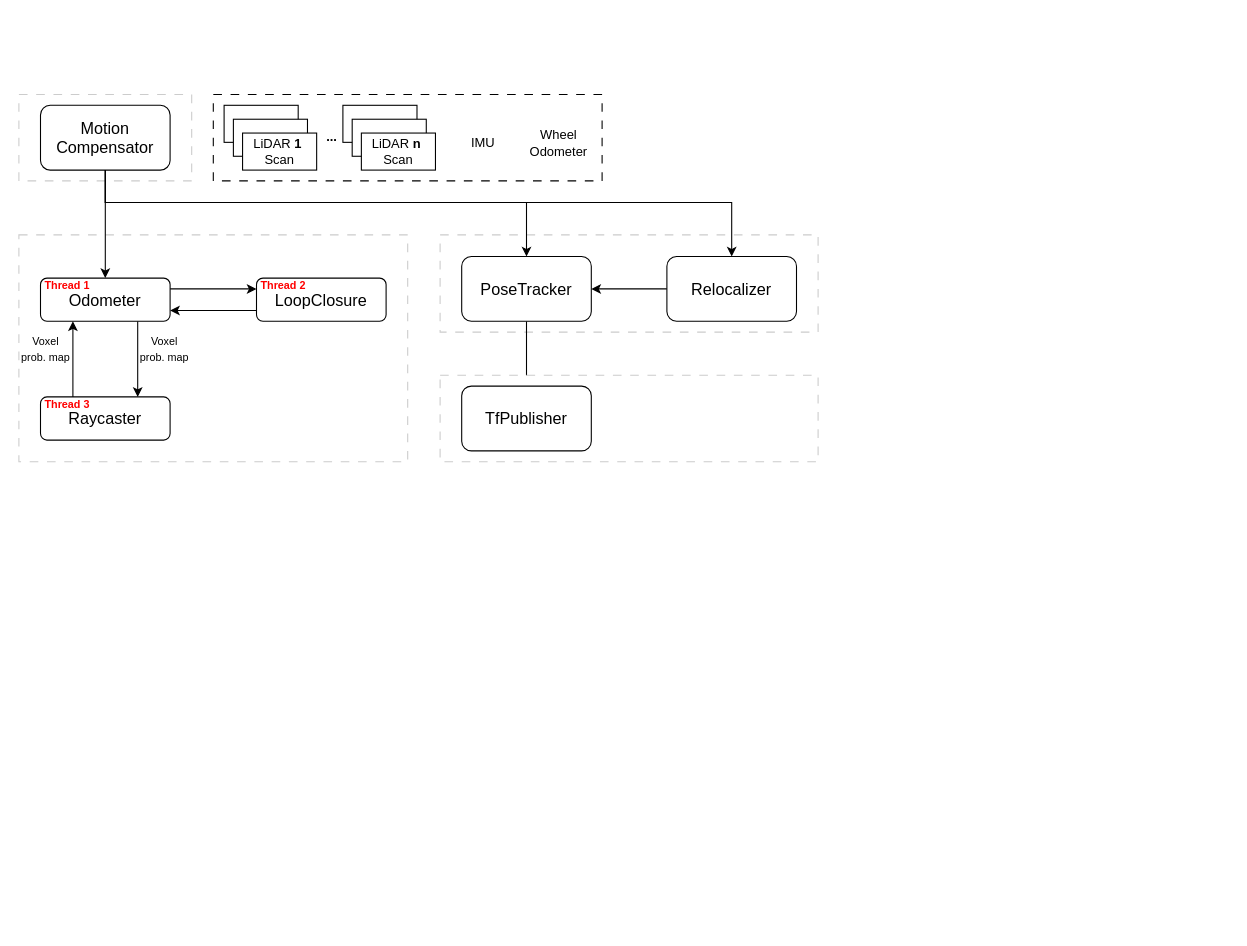
Before: 2D LiDAR SLAM.drawio in chkim-holiday/draw_io_storage, a draw.io diagram. Source tidied: cells renumbered, new cells numbered last; positions are measured from the earlier drawing's top-left corner, leaving out a move shared by most shapes. Both pictures are drawn from the tidied source at 108%, with x=0, y=0 at pixel (18, 94).
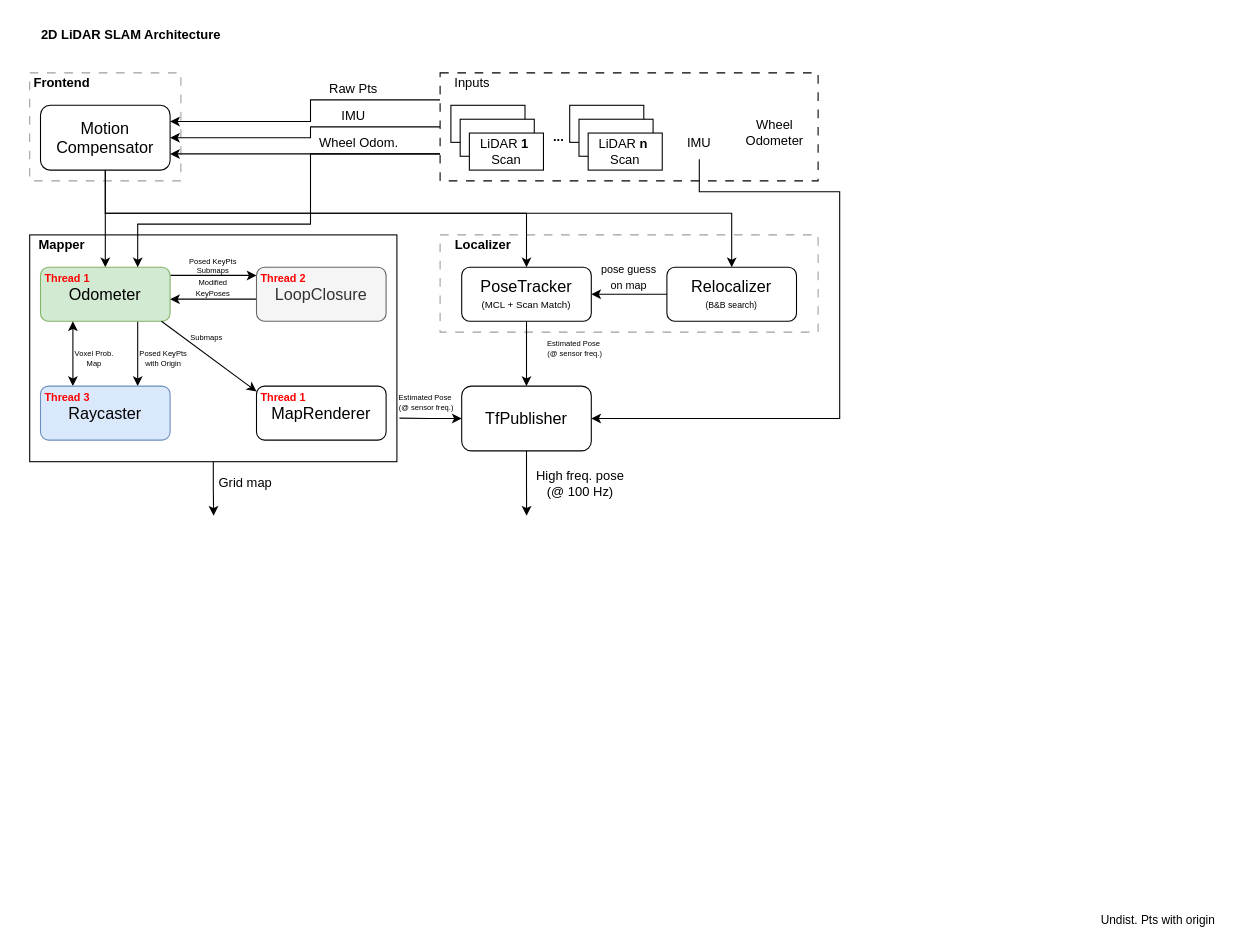
The same diagram, later.

The change refers to these unchanged cells:
```xml
<mxCell id="8" value="&lt;font style=&quot;font-size: 15px;&quot;&gt;Motion Compensator&lt;/font&gt;" style="rounded=1;whiteSpace=wrap;html=1;" parent="1" vertex="1">
  <mxGeometry x="20" y="10" width="120" height="60" as="geometry" />
</mxCell>
<mxCell id="38" value="&lt;span style=&quot;font-size: 15px;&quot;&gt;TfPublisher&lt;/span&gt;" style="rounded=1;whiteSpace=wrap;html=1;" parent="1" vertex="1">
  <mxGeometry x="410" y="270" width="120" height="60" as="geometry" />
</mxCell>
```

What changed in the source:
```diff
@@
-    <mxCell id="2" style="rounded=0;whiteSpace=wrap;html=1;strokeColor=#CCCCCC;dashed=1;dashPattern=8 8;" parent="1" vertex="1">
+    <mxCell id="2" style="rounded=0;whiteSpace=wrap;html=1;strokeColor=#9F9F9F;dashed=1;dashPattern=8 8;" parent="1" vertex="1">
       <mxGeometry x="390" y="130" width="350" height="90" as="geometry" />
     </mxCell>
-    <mxCell id="3" style="rounded=0;whiteSpace=wrap;html=1;dashed=1;dashPattern=8 8;strokeColor=#CCCCCC;" parent="1" vertex="1">
-      <mxGeometry width="160" height="80" as="geometry" />
+    <mxCell id="3" style="rounded=0;whiteSpace=wrap;html=1;dashed=1;dashPattern=8 8;strokeColor=#9F9F9F;" parent="1" vertex="1">
+      <mxGeometry x="10" y="-20" width="140" height="100" as="geometry" />
     </mxCell>
+    <mxCell id="39" style="edgeStyle=orthogonalEdgeStyle;rounded=0;jettySize=auto;html=1;exitX=0.5;exitY=1;exitDx=0;exitDy=0;" parent="1" edge="1" source="4">
+      <mxGeometry relative="1" as="geometry">
+        <mxPoint x="180.3" y="390" as="targetPoint" />
+      </mxGeometry>
+    </mxCell>
-    <mxCell id="4" style="rounded=0;whiteSpace=wrap;html=1;strokeColor=#CCCCCC;dashed=1;dashPattern=8 8;" parent="1" vertex="1">
-      <mxGeometry y="130" width="360" height="210" as="geometry" />
+    <mxCell id="4" style="rounded=0;whiteSpace=wrap;html=1;strokeColor=#000000;" parent="1" vertex="1">
+      <mxGeometry x="10" y="130" width="340" height="210" as="geometry" />
     </mxCell>
@@
     <mxCell id="6" style="edgeStyle=orthogonalEdgeStyle;rounded=0;jettySize=auto;html=1;exitX=0.5;exitY=1;exitDx=0;exitDy=0;" parent="1" edge="1" source="8" target="34">
       <mxGeometry relative="1" as="geometry">
         <Array as="points">
-          <mxPoint x="80" y="100" />
-          <mxPoint x="470" y="100" />
+          <mxPoint x="80" y="110" />
+          <mxPoint x="470" y="110" />
         </Array>
       </mxGeometry>
     </mxCell>
-    <mxCell id="7" style="edgeStyle=orthogonalEdgeStyle;rounded=0;jettySize=auto;html=1;exitX=0.5;exitY=1;exitDx=0;exitDy=0;" parent="1" edge="1" source="8" target="36">
+    <mxCell id="7" style="edgeStyle=orthogonalEdgeStyle;rounded=0;jettySize=auto;html=1;exitX=0.5;exitY=1;exitDx=0;exitDy=0;" parent="1" edge="1" target="36">
       <mxGeometry relative="1" as="geometry">
+        <mxPoint x="80" y="110" as="sourcePoint" />
         <Array as="points">
-          <mxPoint x="80" y="100" />
-          <mxPoint x="660" y="100" />
+          <mxPoint x="660" y="110" />
         </Array>
       </mxGeometry>
     </mxCell>
@@
-    <mxCell id="9" style="edgeStyle=orthogonalEdgeStyle;rounded=0;jettySize=auto;html=1;exitX=1;exitY=0.25;exitDx=0;exitDy=0;entryX=0;entryY=0.25;entryDx=0;entryDy=0;" parent="1" edge="1" source="11" target="15">
-      <mxGeometry relative="1" as="geometry" />
+    <mxCell id="9" style="edgeStyle=orthogonalEdgeStyle;rounded=0;orthogonalLoop=1;jettySize=auto;html=1;exitX=1;exitY=0.25;exitDx=0;exitDy=0;entryX=0;entryY=0.25;entryDx=0;entryDy=0;" parent="1" edge="1">
+      <mxGeometry relative="1" as="geometry">
+        <mxPoint x="140" y="167.5" as="sourcePoint" />
+        <mxPoint x="220" y="167.5" as="targetPoint" />
+      </mxGeometry>
     </mxCell>
@@
-    <mxCell id="11" value="&lt;font style=&quot;font-size: 15px;&quot;&gt;Odometer&lt;/font&gt;" style="rounded=1;whiteSpace=wrap;html=1;" parent="1" vertex="1">
-      <mxGeometry x="20" y="170" width="120" height="40" as="geometry" />
+    <mxCell id="11" value="&lt;font style=&quot;font-size: 15px;&quot;&gt;Odometer&lt;/font&gt;" style="rounded=1;whiteSpace=wrap;html=1;fillColor=#D1EAD1;strokeColor=#82b366;" parent="1" vertex="1">
+      <mxGeometry x="20" y="160" width="120" height="50" as="geometry" />
     </mxCell>
-    <mxCell id="12" style="edgeStyle=orthogonalEdgeStyle;rounded=0;jettySize=auto;html=1;exitX=0.25;exitY=0;exitDx=0;exitDy=0;entryX=0.25;entryY=1;entryDx=0;entryDy=0;" parent="1" edge="1" source="13" target="11">
+    <mxCell id="12" style="edgeStyle=orthogonalEdgeStyle;rounded=0;jettySize=auto;html=1;exitX=0.25;exitY=0;exitDx=0;exitDy=0;entryX=0.25;entryY=1;entryDx=0;entryDy=0;startArrow=classic;startFill=1;" parent="1" edge="1" source="13" target="11">
       <mxGeometry relative="1" as="geometry" />
     </mxCell>
-    <mxCell id="13" value="&lt;font style=&quot;font-size: 15px;&quot;&gt;Raycaster&lt;/font&gt;" style="rounded=1;whiteSpace=wrap;html=1;" parent="1" vertex="1">
-      <mxGeometry x="20" y="280" width="120" height="40" as="geometry" />
+    <mxCell id="13" value="&lt;font style=&quot;font-size: 15px;&quot;&gt;Raycaster&lt;/font&gt;" style="rounded=1;whiteSpace=wrap;html=1;fillColor=#dae8fc;strokeColor=#6c8ebf;" parent="1" vertex="1">
+      <mxGeometry x="20" y="270" width="120" height="50" as="geometry" />
     </mxCell>
-    <mxCell id="14" style="edgeStyle=orthogonalEdgeStyle;rounded=0;jettySize=auto;html=1;exitX=0;exitY=0.75;exitDx=0;exitDy=0;entryX=1;entryY=0.75;entryDx=0;entryDy=0;" parent="1" edge="1" source="15" target="11">
-      <mxGeometry relative="1" as="geometry" />
+    <mxCell id="14" style="edgeStyle=orthogonalEdgeStyle;rounded=0;orthogonalLoop=1;jettySize=auto;html=1;exitX=0;exitY=0.75;exitDx=0;exitDy=0;entryX=1;entryY=0.75;entryDx=0;entryDy=0;" parent="1" edge="1">
+      <mxGeometry relative="1" as="geometry">
+        <mxPoint x="220" y="189.5" as="sourcePoint" />
+        <mxPoint x="140" y="189.5" as="targetPoint" />
+      </mxGeometry>
     </mxCell>
-    <mxCell id="15" value="&lt;font style=&quot;font-size: 15px;&quot;&gt;LoopClosure&lt;/font&gt;" style="rounded=1;whiteSpace=wrap;html=1;" parent="1" vertex="1">
-      <mxGeometry x="220" y="170" width="120" height="40" as="geometry" />
+    <mxCell id="15" value="&lt;font style=&quot;font-size: 15px;&quot;&gt;LoopClosure&lt;/font&gt;" style="rounded=1;whiteSpace=wrap;html=1;fillColor=#f5f5f5;strokeColor=#666666;fontColor=#333333;" parent="1" vertex="1">
+      <mxGeometry x="220" y="160" width="120" height="50" as="geometry" />
     </mxCell>
+    <mxCell id="40" style="edgeStyle=orthogonalEdgeStyle;rounded=0;jettySize=auto;html=1;exitX=0;exitY=0.25;exitDx=0;exitDy=0;entryX=1;entryY=0.25;entryDx=0;entryDy=0;" parent="1" edge="1" source="16" target="8">
+      <mxGeometry relative="1" as="geometry">
+        <Array as="points">
+          <mxPoint x="270" y="5" />
+          <mxPoint x="270" y="25" />
+        </Array>
+      </mxGeometry>
+    </mxCell>
+    <mxCell id="41" style="edgeStyle=orthogonalEdgeStyle;rounded=0;jettySize=auto;html=1;exitX=0;exitY=0.5;exitDx=0;exitDy=0;entryX=1;entryY=0.5;entryDx=0;entryDy=0;" parent="1" edge="1" source="16" target="8">
+      <mxGeometry relative="1" as="geometry">
+        <Array as="points">
+          <mxPoint x="270" y="30" />
+          <mxPoint x="270" y="40" />
+        </Array>
+      </mxGeometry>
+    </mxCell>
+    <mxCell id="42" style="edgeStyle=orthogonalEdgeStyle;rounded=0;jettySize=auto;html=1;exitX=0;exitY=0.75;exitDx=0;exitDy=0;entryX=1;entryY=0.75;entryDx=0;entryDy=0;" parent="1" edge="1" source="16" target="8">
+      <mxGeometry relative="1" as="geometry" />
+    </mxCell>
+    <mxCell id="43" style="edgeStyle=orthogonalEdgeStyle;rounded=0;jettySize=auto;html=1;exitX=0;exitY=0.75;exitDx=0;exitDy=0;entryX=0.75;entryY=0;entryDx=0;entryDy=0;" parent="1" edge="1" source="16" target="11">
+      <mxGeometry relative="1" as="geometry">
+        <Array as="points">
+          <mxPoint x="270" y="55" />
+          <mxPoint x="270" y="120" />
+          <mxPoint x="110" y="120" />
+        </Array>
+      </mxGeometry>
+    </mxCell>
     <mxCell id="16" style="rounded=0;whiteSpace=wrap;html=1;dashed=1;dashPattern=8 8;" parent="1" vertex="1">
-      <mxGeometry x="180" width="360" height="80" as="geometry" />
+      <mxGeometry x="390" y="-20" width="350" height="100" as="geometry" />
     </mxCell>
-    <mxCell id="17" value="&lt;b&gt;...&lt;/b&gt;" style="text;html=1;whiteSpace=wrap;strokeColor=none;fillColor=none;align=center;verticalAlign=middle;rounded=0;" parent="1" vertex="1">
-      <mxGeometry x="280" y="25" width="20" height="30" as="geometry" />
-    </mxCell>
+    <mxCell id="44" style="edgeStyle=orthogonalEdgeStyle;rounded=0;jettySize=auto;html=1;exitX=0.5;exitY=1;exitDx=0;exitDy=0;entryX=1;entryY=0.5;entryDx=0;entryDy=0;" parent="1" edge="1" source="18" target="38">
+      <mxGeometry relative="1" as="geometry">
+        <Array as="points">
+          <mxPoint x="630" y="90" />
+          <mxPoint x="760" y="90" />
+          <mxPoint x="760" y="300" />
+        </Array>
+      </mxGeometry>
+    </mxCell>
     <mxCell id="18" value="IMU" style="text;html=1;whiteSpace=wrap;strokeColor=none;fillColor=none;align=center;verticalAlign=middle;rounded=0;" parent="1" vertex="1">
-      <mxGeometry x="410" y="30" width="40" height="30" as="geometry" />
+      <mxGeometry x="610" y="30" width="40" height="30" as="geometry" />
     </mxCell>
     <mxCell id="19" value="Wheel&lt;br&gt;Odometer" style="text;html=1;whiteSpace=wrap;strokeColor=none;fillColor=none;align=center;verticalAlign=middle;rounded=0;" parent="1" vertex="1">
-      <mxGeometry x="480" y="30" width="40" height="30" as="geometry" />
+      <mxGeometry x="680" y="20" width="40" height="30" as="geometry" />
     </mxCell>
+    <mxCell id="24" style="group;" parent="1" vertex="1">
+      <mxGeometry x="500" y="10" width="95.7" height="60" as="geometry" />
+    </mxCell>
+    <mxCell id="17" value="&lt;b&gt;...&lt;/b&gt;" style="text;html=1;whiteSpace=wrap;strokeColor=none;fillColor=none;align=center;verticalAlign=middle;rounded=0;" parent="24" vertex="1">
+      <mxGeometry x="-10" y="15" width="20" height="30" as="geometry" />
+    </mxCell>
-    <mxCell id="20" style="group;" parent="1" vertex="1">
-      <mxGeometry x="190" y="10" width="85.7" height="60" as="geometry" />
+    <mxCell id="20" style="group;" parent="24" vertex="1">
+      <mxGeometry x="-100" width="85.7" height="60" as="geometry" />
     </mxCell>
@@
-    <mxCell id="24" style="group;" parent="1" vertex="1">
-      <mxGeometry x="300" y="10" width="85.7" height="60" as="geometry" />
-    </mxCell>
     <mxCell id="25" style="rounded=0;whiteSpace=wrap;html=1;" parent="24" vertex="1">
-      <mxGeometry width="68.6" height="34.3" as="geometry" />
+      <mxGeometry x="10" width="68.6" height="34.3" as="geometry" />
     </mxCell>
     <mxCell id="26" style="rounded=0;whiteSpace=wrap;html=1;" parent="24" vertex="1">
-      <mxGeometry x="8.6" y="12.9" width="68.6" height="34.3" as="geometry" />
+      <mxGeometry x="18.6" y="12.9" width="68.6" height="34.3" as="geometry" />
     </mxCell>
     <mxCell id="27" value="LiDAR &lt;b&gt;n&lt;/b&gt;&amp;nbsp;&lt;div&gt;Scan&lt;/div&gt;" style="rounded=0;whiteSpace=wrap;html=1;" parent="24" vertex="1">
-      <mxGeometry x="17.1" y="25.7" width="68.6" height="34.3" as="geometry" />
+      <mxGeometry x="27.1" y="25.7" width="68.6" height="34.3" as="geometry" />
     </mxCell>
     <mxCell id="28" value="&lt;b&gt;&lt;font style=&quot;color: rgb(255, 0, 0);&quot;&gt;Thread 1&lt;/font&gt;&lt;/b&gt;" style="text;html=1;whiteSpace=wrap;strokeColor=none;fillColor=none;align=center;verticalAlign=middle;rounded=0;fontSize=10;" parent="1" vertex="1">
-      <mxGeometry x="20" y="167" width="50" height="20" as="geometry" />
+      <mxGeometry x="20" y="160" width="50" height="20" as="geometry" />
     </mxCell>
     <mxCell id="29" value="&lt;b&gt;&lt;font style=&quot;color: rgb(255, 0, 0);&quot;&gt;Thread 2&lt;/font&gt;&lt;/b&gt;" style="text;html=1;whiteSpace=wrap;strokeColor=none;fillColor=none;align=center;verticalAlign=middle;rounded=0;fontSize=10;" parent="1" vertex="1">
-      <mxGeometry x="220" y="167" width="50" height="20" as="geometry" />
+      <mxGeometry x="220" y="160" width="50" height="20" as="geometry" />
     </mxCell>
     <mxCell id="30" value="&lt;b&gt;&lt;font style=&quot;color: rgb(255, 0, 0);&quot;&gt;Thread 3&lt;/font&gt;&lt;/b&gt;" style="text;html=1;whiteSpace=wrap;strokeColor=none;fillColor=none;align=center;verticalAlign=middle;rounded=0;fontSize=10;" parent="1" vertex="1">
-      <mxGeometry x="20" y="277" width="50" height="20" as="geometry" />
+      <mxGeometry x="20" y="270" width="50" height="20" as="geometry" />
     </mxCell>
-    <mxCell id="31" value="&lt;font style=&quot;font-size: 10px;&quot;&gt;Voxel prob. map&lt;/font&gt;" style="text;html=1;whiteSpace=wrap;strokeColor=none;fillColor=none;align=center;verticalAlign=middle;rounded=0;" parent="1" vertex="1">
-      <mxGeometry y="220" width="50" height="30" as="geometry" />
+    <mxCell id="31" value="&lt;font&gt;Voxel Prob. Map&lt;/font&gt;" style="text;html=1;whiteSpace=wrap;strokeColor=none;fillColor=none;align=center;verticalAlign=middle;rounded=0;fontSize=7;" parent="1" vertex="1">
+      <mxGeometry x="45" y="230" width="50" height="30" as="geometry" />
     </mxCell>
-    <mxCell id="32" value="&lt;font style=&quot;font-size: 10px;&quot;&gt;Voxel prob. map&lt;/font&gt;" style="text;html=1;whiteSpace=wrap;strokeColor=none;fillColor=none;align=center;verticalAlign=middle;rounded=0;" parent="1" vertex="1">
-      <mxGeometry x="110" y="220" width="50" height="30" as="geometry" />
-    </mxCell>
@@
-    <mxCell id="34" value="&lt;span style=&quot;font-size: 15px;&quot;&gt;PoseTracker&lt;/span&gt;" style="rounded=1;whiteSpace=wrap;html=1;" parent="1" vertex="1">
-      <mxGeometry x="410" y="150" width="120" height="60" as="geometry" />
+    <mxCell id="34" value="&lt;span style=&quot;font-size: 15px;&quot;&gt;PoseTracker&lt;/span&gt;&lt;div&gt;&lt;font style=&quot;font-size: 9px;&quot;&gt;(MCL + Scan Match)&lt;/font&gt;&lt;/div&gt;" style="rounded=1;whiteSpace=wrap;html=1;" parent="1" vertex="1">
+      <mxGeometry x="410" y="160" width="120" height="50" as="geometry" />
     </mxCell>
@@
-    <mxCell id="36" value="&lt;span style=&quot;font-size: 15px;&quot;&gt;Relocalizer&lt;/span&gt;" style="rounded=1;whiteSpace=wrap;html=1;" parent="1" vertex="1">
-      <mxGeometry x="600" y="150" width="120" height="60" as="geometry" />
+    <mxCell id="36" value="&lt;span style=&quot;font-size: 15px;&quot;&gt;Relocalizer&lt;/span&gt;&lt;div&gt;&lt;font style=&quot;font-size: 8px;&quot;&gt;(B&amp;amp;B search)&lt;/font&gt;&lt;/div&gt;" style="rounded=1;whiteSpace=wrap;html=1;" parent="1" vertex="1">
+      <mxGeometry x="600" y="160" width="120" height="50" as="geometry" />
     </mxCell>
-    <mxCell id="37" style="rounded=0;whiteSpace=wrap;html=1;strokeColor=#CCCCCC;dashed=1;dashPattern=8 8;" parent="1" vertex="1">
-      <mxGeometry x="390" y="260" width="350" height="80" as="geometry" />
-    </mxCell>
+    <mxCell id="45" style="edgeStyle=orthogonalEdgeStyle;rounded=0;jettySize=auto;html=1;exitX=0.5;exitY=1;exitDx=0;exitDy=0;" parent="1" edge="1" source="38">
+      <mxGeometry relative="1" as="geometry">
+        <mxPoint x="470.1" y="390" as="targetPoint" />
+      </mxGeometry>
+    </mxCell>
@@
+    <mxCell id="46" value="&lt;font&gt;Posed KeyPts &lt;br&gt;with Origin&lt;/font&gt;" style="text;html=1;whiteSpace=wrap;strokeColor=none;fillColor=none;align=center;verticalAlign=middle;rounded=0;fontSize=7;" parent="1" vertex="1">
+      <mxGeometry x="109" y="230" width="50" height="30" as="geometry" />
+    </mxCell>
+    <mxCell id="47" value="&lt;font&gt;Posed KeyPts&lt;/font&gt;&lt;div&gt;&lt;span&gt;Submaps&lt;/span&gt;&lt;/div&gt;" style="text;html=1;whiteSpace=wrap;strokeColor=none;fillColor=none;align=center;verticalAlign=middle;rounded=0;fontSize=7;" parent="1" vertex="1">
+      <mxGeometry x="150" y="149" width="60" height="20" as="geometry" />
+    </mxCell>
+    <mxCell id="48" value="&lt;font style=&quot;font-size: 7px;&quot;&gt;Modified&lt;/font&gt;&lt;div&gt;&lt;font style=&quot;font-size: 7px;&quot;&gt;KeyPoses&lt;/font&gt;&lt;/div&gt;" style="text;html=1;whiteSpace=wrap;strokeColor=none;fillColor=none;align=center;verticalAlign=middle;rounded=0;fontSize=8;" parent="1" vertex="1">
+      <mxGeometry x="155" y="164" width="50" height="30" as="geometry" />
+    </mxCell>
+    <mxCell id="49" value="&lt;span style=&quot;font-size: 15px;&quot;&gt;MapRenderer&lt;/span&gt;" style="rounded=1;whiteSpace=wrap;html=1;" parent="1" vertex="1">
+      <mxGeometry x="220" y="270" width="120" height="50" as="geometry" />
+    </mxCell>
+    <mxCell id="50" value="&lt;b&gt;&lt;font style=&quot;color: rgb(255, 0, 0);&quot;&gt;Thread 1&lt;/font&gt;&lt;/b&gt;" style="text;html=1;whiteSpace=wrap;strokeColor=none;fillColor=none;align=center;verticalAlign=middle;rounded=0;fontSize=10;" parent="1" vertex="1">
+      <mxGeometry x="220" y="270" width="50" height="20" as="geometry" />
+    </mxCell>
+    <mxCell id="51" style="endArrow=classic;html=1;rounded=0;entryX=0;entryY=0.25;entryDx=0;entryDy=0;" parent="1" edge="1" target="50">
+      <mxGeometry relative="1" as="geometry">
+        <mxPoint x="132" y="210" as="sourcePoint" />
+      </mxGeometry>
+    </mxCell>
+    <mxCell id="52" value="&lt;span style=&quot;font-size: 7px;&quot;&gt;Submaps&lt;/span&gt;" style="text;html=1;whiteSpace=wrap;strokeColor=none;fillColor=none;align=center;verticalAlign=middle;rounded=0;fontSize=8;" parent="1" vertex="1">
+      <mxGeometry x="148.8" y="210" width="50" height="30" as="geometry" />
+    </mxCell>
+    <mxCell id="53" value="&lt;font style=&quot;font-size: 11px;&quot;&gt;Undist. Pts with origin&lt;/font&gt;" style="text;html=1;whiteSpace=wrap;strokeColor=none;fillColor=none;align=center;verticalAlign=middle;rounded=0;" parent="1" vertex="1">
+      <mxGeometry x="990" y="760" width="130" height="10" as="geometry" />
+    </mxCell>
+    <mxCell id="54" value="&lt;span style=&quot;font-size: 7px;&quot;&gt;Estimated Pose&amp;nbsp;&lt;/span&gt;&lt;div&gt;&lt;span style=&quot;font-size: 7px;&quot;&gt;(@ sensor freq.)&lt;/span&gt;&lt;/div&gt;" style="text;html=1;whiteSpace=wrap;strokeColor=none;fillColor=none;align=center;verticalAlign=middle;rounded=0;fontSize=8;" parent="1" vertex="1">
+      <mxGeometry x="350" y="275" width="55" height="20" as="geometry" />
+    </mxCell>
+    <mxCell id="55" value="&lt;span style=&quot;font-size: 7px;&quot;&gt;Estimated Pose&amp;nbsp;&lt;/span&gt;&lt;div&gt;&lt;span style=&quot;font-size: 7px;&quot;&gt;(@ sensor freq.)&lt;/span&gt;&lt;/div&gt;" style="text;html=1;whiteSpace=wrap;strokeColor=none;fillColor=none;align=center;verticalAlign=middle;rounded=0;fontSize=8;" parent="1" vertex="1">
+      <mxGeometry x="470" y="220" width="90" height="30" as="geometry" />
+    </mxCell>
+    <mxCell id="56" value="&lt;font&gt;High freq. pose (@ 100 Hz)&lt;/font&gt;" style="text;html=1;whiteSpace=wrap;strokeColor=none;fillColor=none;align=center;verticalAlign=middle;rounded=0;fontSize=12;" parent="1" vertex="1">
+      <mxGeometry x="470" y="340" width="100" height="40" as="geometry" />
+    </mxCell>
+    <mxCell id="57" value="Inputs" style="text;html=1;whiteSpace=wrap;strokeColor=none;fillColor=none;align=center;verticalAlign=middle;rounded=0;" parent="1" vertex="1">
+      <mxGeometry x="390" y="-20" width="60" height="20" as="geometry" />
+    </mxCell>
+    <mxCell id="58" value="&lt;b&gt;Frontend&lt;/b&gt;" style="text;html=1;whiteSpace=wrap;strokeColor=none;fillColor=none;align=center;verticalAlign=middle;rounded=0;" parent="1" vertex="1">
+      <mxGeometry x="10" y="-20" width="60" height="20" as="geometry" />
+    </mxCell>
+    <mxCell id="59" value="&lt;b&gt;Mapper&lt;/b&gt;" style="text;html=1;whiteSpace=wrap;strokeColor=none;fillColor=none;align=center;verticalAlign=middle;rounded=0;" parent="1" vertex="1">
+      <mxGeometry x="10" y="130" width="60" height="20" as="geometry" />
+    </mxCell>
+    <mxCell id="60" value="&lt;b&gt;Localizer&lt;/b&gt;" style="text;html=1;whiteSpace=wrap;strokeColor=none;fillColor=none;align=center;verticalAlign=middle;rounded=0;" parent="1" vertex="1">
+      <mxGeometry x="400" y="130" width="60" height="20" as="geometry" />
+    </mxCell>
+    <mxCell id="61" value="Raw Pts" style="text;html=1;whiteSpace=wrap;strokeColor=none;fillColor=none;align=center;verticalAlign=middle;rounded=0;" parent="1" vertex="1">
+      <mxGeometry x="280" y="-20" width="60" height="30" as="geometry" />
+    </mxCell>
+    <mxCell id="62" value="IMU" style="text;html=1;whiteSpace=wrap;strokeColor=none;fillColor=none;align=center;verticalAlign=middle;rounded=0;" parent="1" vertex="1">
+      <mxGeometry x="280" y="10" width="60" height="20" as="geometry" />
+    </mxCell>
+    <mxCell id="63" value="Wheel Odom." style="text;html=1;whiteSpace=wrap;strokeColor=none;fillColor=none;align=center;verticalAlign=middle;rounded=0;" parent="1" vertex="1">
+      <mxGeometry x="270" y="30" width="90" height="30" as="geometry" />
+    </mxCell>
+    <mxCell id="64" style="edgeStyle=orthogonalEdgeStyle;rounded=0;jettySize=auto;html=1;exitX=0;exitY=0.5;exitDx=0;exitDy=0;entryX=1.007;entryY=0.808;entryDx=0;entryDy=0;entryPerimeter=0;startArrow=classic;startFill=1;endArrow=none;endFill=0;" parent="1" edge="1" source="38" target="4">
+      <mxGeometry relative="1" as="geometry" />
+    </mxCell>
+    <mxCell id="65" value="Grid map" style="text;html=1;whiteSpace=wrap;strokeColor=none;fillColor=none;align=center;verticalAlign=middle;rounded=0;" parent="1" vertex="1">
+      <mxGeometry x="180" y="345" width="60" height="30" as="geometry" />
+    </mxCell>
+    <mxCell id="66" value="&lt;font style=&quot;font-size: 10px;&quot;&gt;pose guess on map&lt;/font&gt;" style="text;html=1;whiteSpace=wrap;strokeColor=none;fillColor=none;align=center;verticalAlign=middle;rounded=0;" parent="1" vertex="1">
+      <mxGeometry x="535" y="154" width="60" height="30" as="geometry" />
+    </mxCell>
+    <mxCell id="67" value="&lt;b&gt;2D LiDAR SLAM Architecture&lt;/b&gt;" style="text;html=1;whiteSpace=wrap;strokeColor=none;fillColor=none;align=center;verticalAlign=middle;rounded=0;" parent="1" vertex="1">
+      <mxGeometry x="8.9" y="-70" width="190" height="30" as="geometry" />
+    </mxCell>
```
